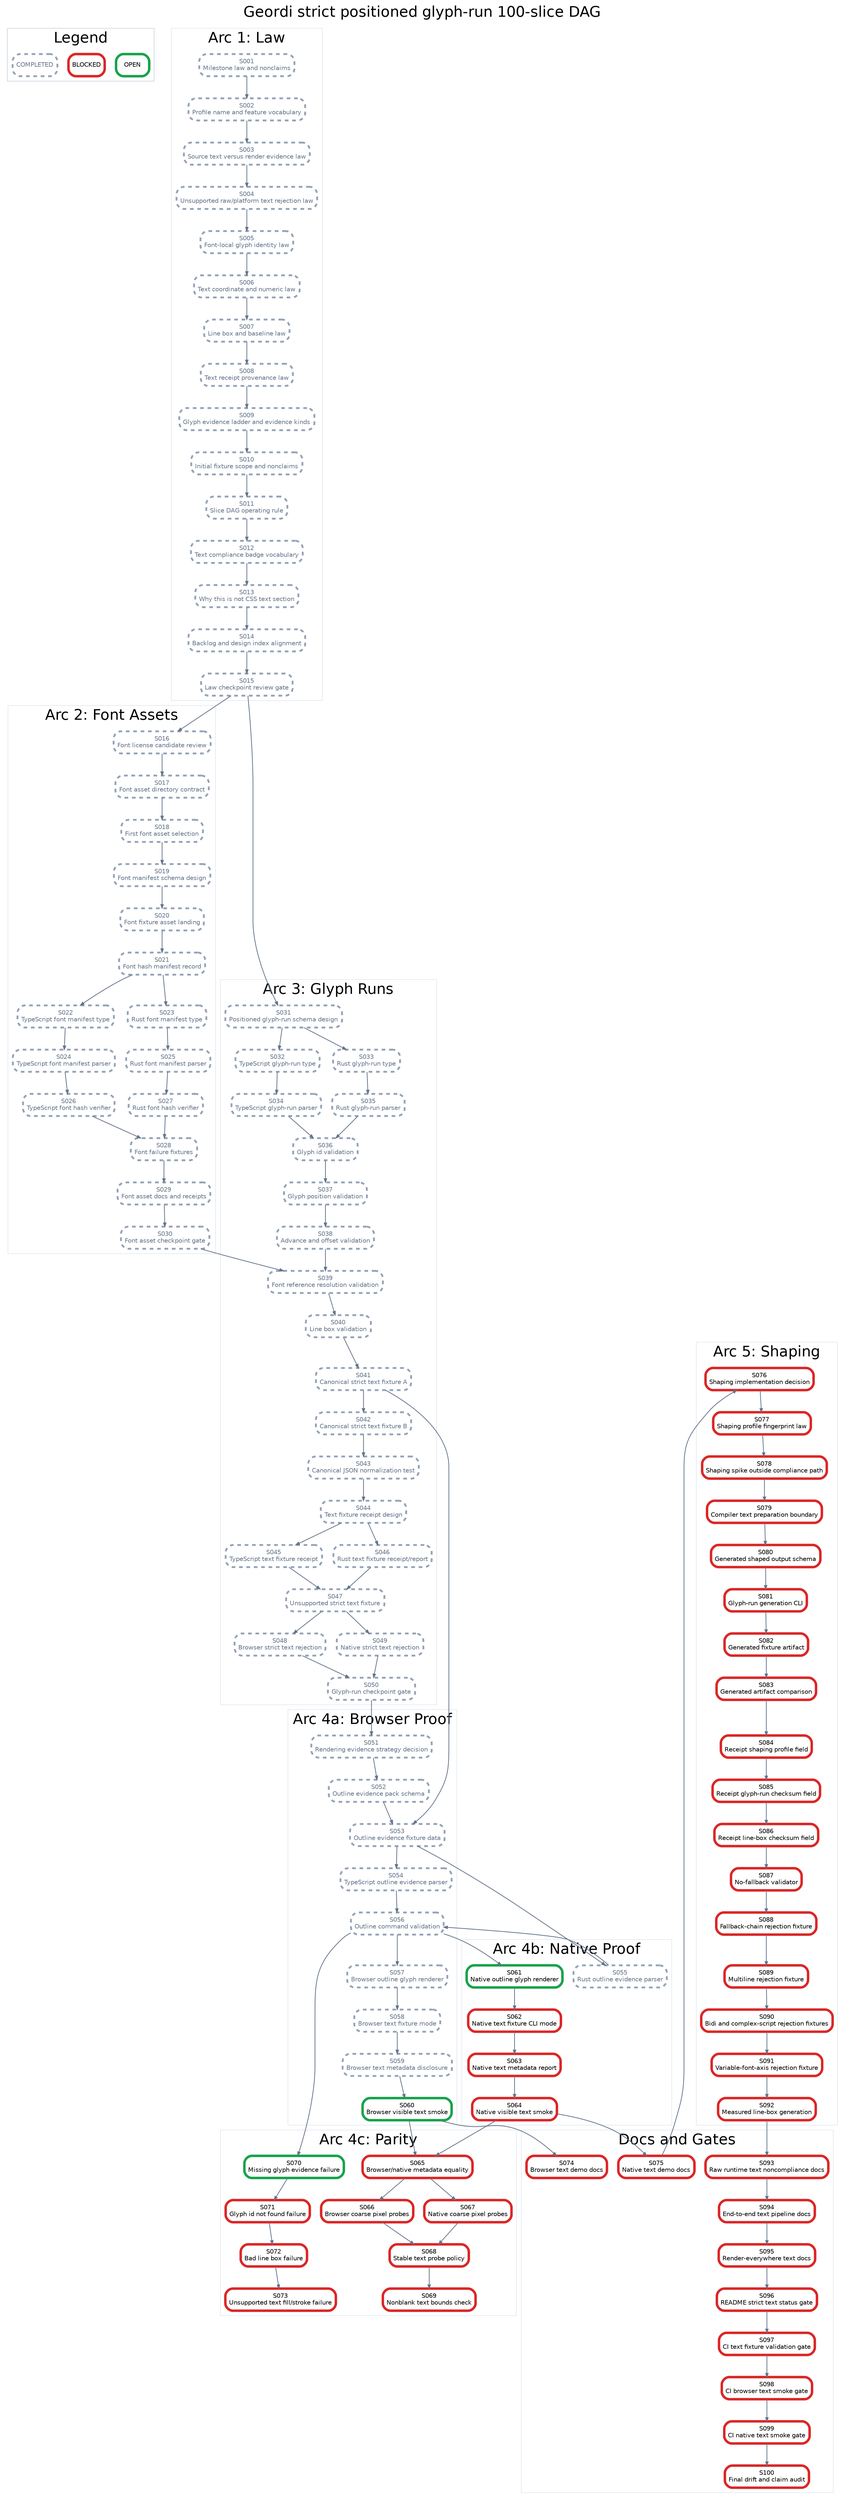
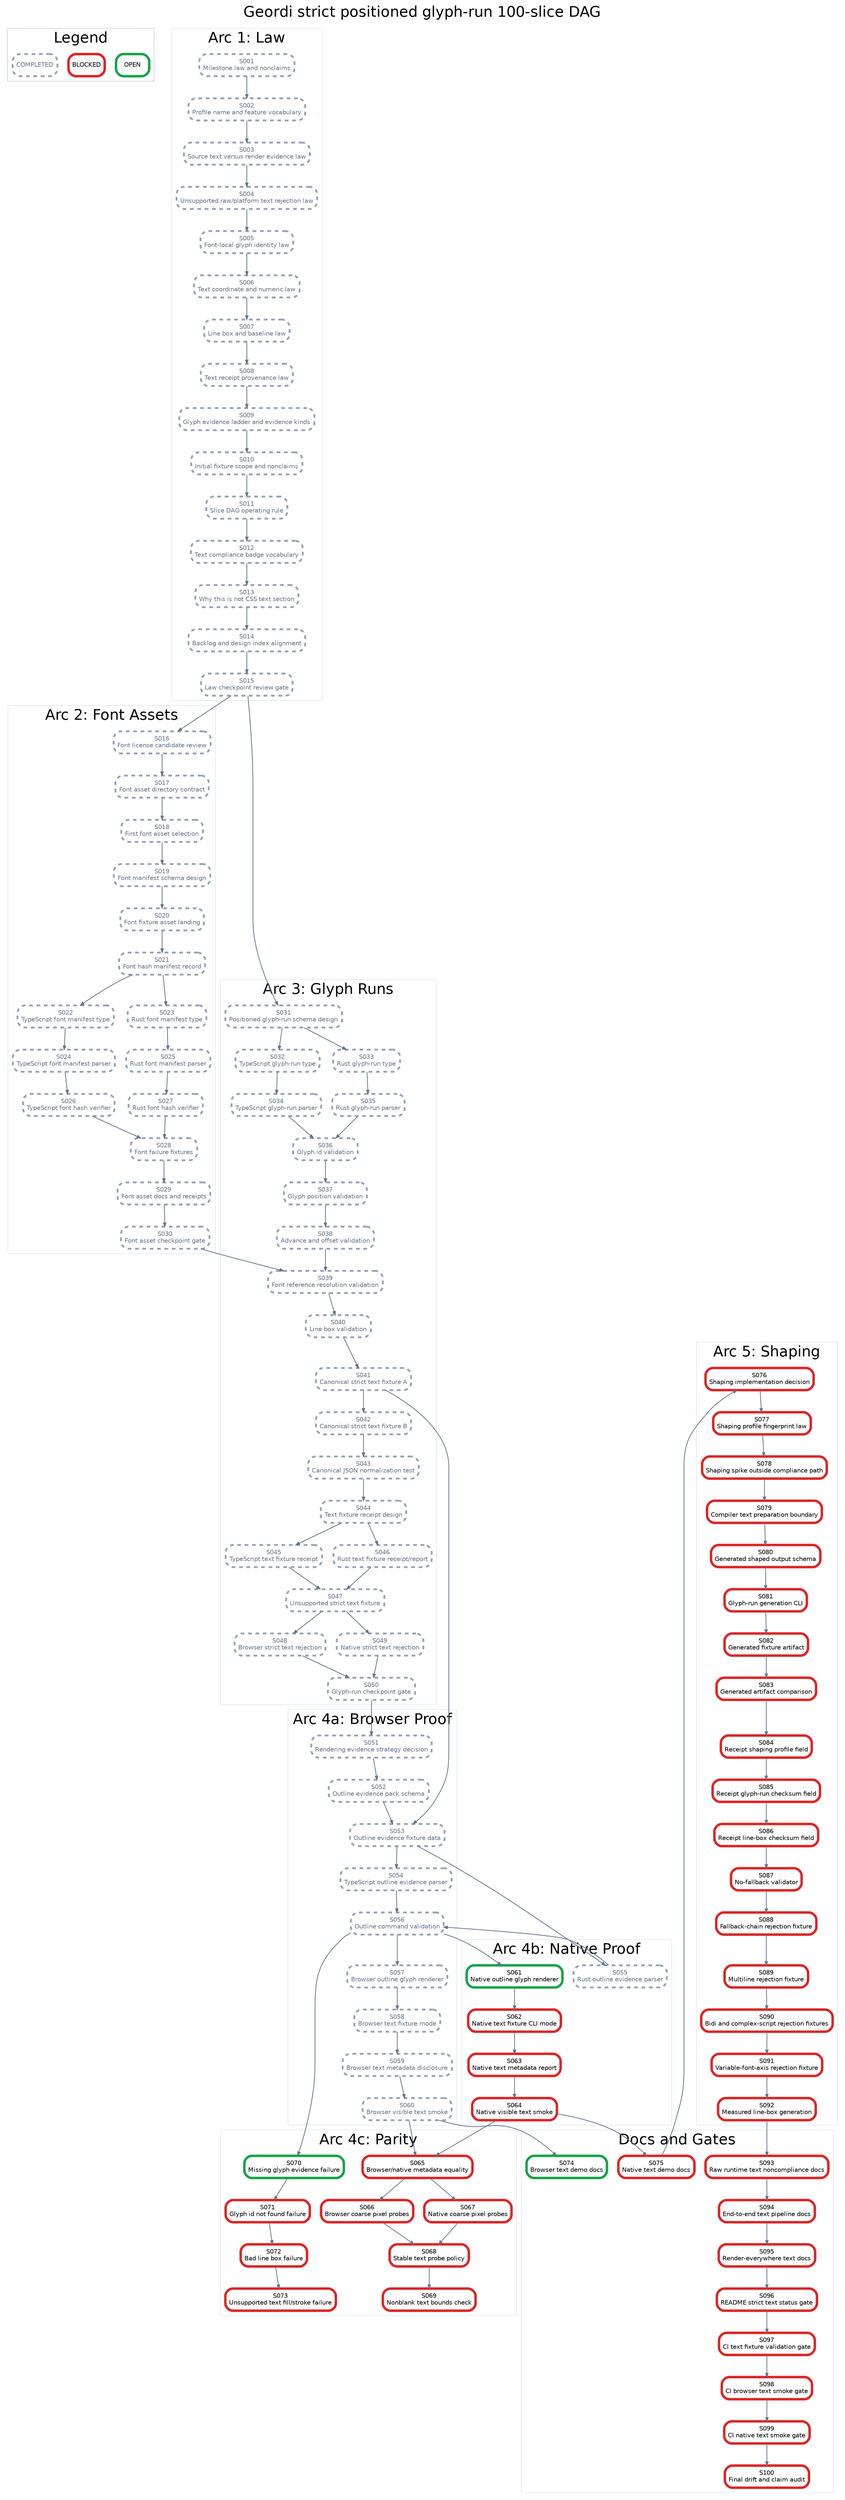
digraph StrictPositionedGlyphRunPlan {
  graph [rankdir=TB, bgcolor="white", fontname="Helvetica", label="Geordi strict positioned glyph-run 100-slice DAG", labelloc="t", fontsize=24];
  node [shape=box, style="rounded,filled", fillcolor="white", fontname="Helvetica", fontsize=10, margin="0.08,0.05"];
  edge [color="#64748b", arrowsize=0.6, penwidth=1.2];

  subgraph cluster_legend {
    label="Legend";
    color="#cbd5e1";
    legend_open [label="OPEN", color="#16a34a", penwidth=4];
    legend_blocked [label="BLOCKED", color="#dc2626", penwidth=4];
    legend_done [label="COMPLETED", color="#94a3b8", penwidth=3, style="rounded,filled,dashed", fontcolor="#64748b"];
  }

  subgraph cluster_law {
    label="Arc 1: Law";
    color="#e2e8f0";
    S001 [label="S001\nMilestone law and nonclaims", color="#94a3b8", penwidth=3, style="rounded,filled,dashed", fontcolor="#64748b"];
    S002 [label="S002\nProfile name and feature vocabulary", color="#94a3b8", penwidth=3, style="rounded,filled,dashed", fontcolor="#64748b"];
    S003 [label="S003\nSource text versus render evidence law", color="#94a3b8", penwidth=3, style="rounded,filled,dashed", fontcolor="#64748b"];
    S004 [label="S004\nUnsupported raw/platform text rejection law", color="#94a3b8", penwidth=3, style="rounded,filled,dashed", fontcolor="#64748b"];
    S005 [label="S005\nFont-local glyph identity law", color="#94a3b8", penwidth=3, style="rounded,filled,dashed", fontcolor="#64748b"];
    S006 [label="S006\nText coordinate and numeric law", color="#94a3b8", penwidth=3, style="rounded,filled,dashed", fontcolor="#64748b"];
    S007 [label="S007\nLine box and baseline law", color="#94a3b8", penwidth=3, style="rounded,filled,dashed", fontcolor="#64748b"];
    S008 [label="S008\nText receipt provenance law", color="#94a3b8", penwidth=3, style="rounded,filled,dashed", fontcolor="#64748b"];
    S009 [label="S009\nGlyph evidence ladder and evidence kinds", color="#94a3b8", penwidth=3, style="rounded,filled,dashed", fontcolor="#64748b"];
    S010 [label="S010\nInitial fixture scope and nonclaims", color="#94a3b8", penwidth=3, style="rounded,filled,dashed", fontcolor="#64748b"];
    S011 [label="S011\nSlice DAG operating rule", color="#94a3b8", penwidth=3, style="rounded,filled,dashed", fontcolor="#64748b"];
    S012 [label="S012\nText compliance badge vocabulary", color="#94a3b8", penwidth=3, style="rounded,filled,dashed", fontcolor="#64748b"];
    S013 [label="S013\nWhy this is not CSS text section", color="#94a3b8", penwidth=3, style="rounded,filled,dashed", fontcolor="#64748b"];
    S014 [label="S014\nBacklog and design index alignment", color="#94a3b8", penwidth=3, style="rounded,filled,dashed", fontcolor="#64748b"];
    S015 [label="S015\nLaw checkpoint review gate", color="#94a3b8", penwidth=3, style="rounded,filled,dashed", fontcolor="#64748b"];
  }

  subgraph cluster_assets {
    label="Arc 2: Font Assets";
    color="#e2e8f0";
    S016 [label="S016\nFont license candidate review", color="#94a3b8", penwidth=3, style="rounded,filled,dashed", fontcolor="#64748b"];
    S017 [label="S017\nFont asset directory contract", color="#94a3b8", penwidth=3, style="rounded,filled,dashed", fontcolor="#64748b"];
    S018 [label="S018\nFirst font asset selection", color="#94a3b8", penwidth=3, style="rounded,filled,dashed", fontcolor="#64748b"];
    S019 [label="S019\nFont manifest schema design", color="#94a3b8", penwidth=3, style="rounded,filled,dashed", fontcolor="#64748b"];
    S020 [label="S020\nFont fixture asset landing", color="#94a3b8", penwidth=3, style="rounded,filled,dashed", fontcolor="#64748b"];
    S021 [label="S021\nFont hash manifest record", color="#94a3b8", penwidth=3, style="rounded,filled,dashed", fontcolor="#64748b"];
    S022 [label="S022\nTypeScript font manifest type", color="#94a3b8", penwidth=3, style="rounded,filled,dashed", fontcolor="#64748b"];
    S023 [label="S023\nRust font manifest type", color="#94a3b8", penwidth=3, style="rounded,filled,dashed", fontcolor="#64748b"];
    S024 [label="S024\nTypeScript font manifest parser", color="#94a3b8", penwidth=3, style="rounded,filled,dashed", fontcolor="#64748b"];
    S025 [label="S025\nRust font manifest parser", color="#94a3b8", penwidth=3, style="rounded,filled,dashed", fontcolor="#64748b"];
    S026 [label="S026\nTypeScript font hash verifier", color="#94a3b8", penwidth=3, style="rounded,filled,dashed", fontcolor="#64748b"];
    S027 [label="S027\nRust font hash verifier", color="#94a3b8", penwidth=3, style="rounded,filled,dashed", fontcolor="#64748b"];
    S028 [label="S028\nFont failure fixtures", color="#94a3b8", penwidth=3, style="rounded,filled,dashed", fontcolor="#64748b"];
    S029 [label="S029\nFont asset docs and receipts", color="#94a3b8", penwidth=3, style="rounded,filled,dashed", fontcolor="#64748b"];
    S030 [label="S030\nFont asset checkpoint gate", color="#94a3b8", penwidth=3, style="rounded,filled,dashed", fontcolor="#64748b"];
  }

  subgraph cluster_glyph {
    label="Arc 3: Glyph Runs";
    color="#e2e8f0";
    S031 [label="S031\nPositioned glyph-run schema design", color="#94a3b8", penwidth=3, style="rounded,filled,dashed", fontcolor="#64748b"];
    S032 [label="S032\nTypeScript glyph-run type", color="#94a3b8", penwidth=3, style="rounded,filled,dashed", fontcolor="#64748b"];
    S033 [label="S033\nRust glyph-run type", color="#94a3b8", penwidth=3, style="rounded,filled,dashed", fontcolor="#64748b"];
    S034 [label="S034\nTypeScript glyph-run parser", color="#94a3b8", penwidth=3, style="rounded,filled,dashed", fontcolor="#64748b"];
    S035 [label="S035\nRust glyph-run parser", color="#94a3b8", penwidth=3, style="rounded,filled,dashed", fontcolor="#64748b"];
    S036 [label="S036\nGlyph id validation", color="#94a3b8", penwidth=3, style="rounded,filled,dashed", fontcolor="#64748b"];
    S037 [label="S037\nGlyph position validation", color="#94a3b8", penwidth=3, style="rounded,filled,dashed", fontcolor="#64748b"];
    S038 [label="S038\nAdvance and offset validation", color="#94a3b8", penwidth=3, style="rounded,filled,dashed", fontcolor="#64748b"];
    S039 [label="S039\nFont reference resolution validation", color="#94a3b8", penwidth=3, style="rounded,filled,dashed", fontcolor="#64748b"];
    S040 [label="S040\nLine box validation", color="#94a3b8", penwidth=3, style="rounded,filled,dashed", fontcolor="#64748b"];
    S041 [label="S041\nCanonical strict text fixture A", color="#94a3b8", penwidth=3, style="rounded,filled,dashed", fontcolor="#64748b"];
    S042 [label="S042\nCanonical strict text fixture B", color="#94a3b8", penwidth=3, style="rounded,filled,dashed", fontcolor="#64748b"];
    S043 [label="S043\nCanonical JSON normalization test", color="#94a3b8", penwidth=3, style="rounded,filled,dashed", fontcolor="#64748b"];
    S044 [label="S044\nText fixture receipt design", color="#94a3b8", penwidth=3, style="rounded,filled,dashed", fontcolor="#64748b"];
    S045 [label="S045\nTypeScript text fixture receipt", color="#94a3b8", penwidth=3, style="rounded,filled,dashed", fontcolor="#64748b"];
    S046 [label="S046\nRust text fixture receipt/report", color="#94a3b8", penwidth=3, style="rounded,filled,dashed", fontcolor="#64748b"];
    S047 [label="S047\nUnsupported strict text fixture", color="#94a3b8", penwidth=3, style="rounded,filled,dashed", fontcolor="#64748b"];
    S048 [label="S048\nBrowser strict text rejection", color="#94a3b8", penwidth=3, style="rounded,filled,dashed", fontcolor="#64748b"];
    S049 [label="S049\nNative strict text rejection", color="#94a3b8", penwidth=3, style="rounded,filled,dashed", fontcolor="#64748b"];
    S050 [label="S050\nGlyph-run checkpoint gate", color="#94a3b8", penwidth=3, style="rounded,filled,dashed", fontcolor="#64748b"];
  }

  subgraph cluster_browser {
    label="Arc 4a: Browser Proof";
    color="#e2e8f0";
    S051 [label="S051\nRendering evidence strategy decision", color="#94a3b8", penwidth=3, style="rounded,filled,dashed", fontcolor="#64748b"];
    S052 [label="S052\nOutline evidence pack schema", color="#94a3b8", penwidth=3, style="rounded,filled,dashed", fontcolor="#64748b"];
    S053 [label="S053\nOutline evidence fixture data", color="#94a3b8", penwidth=3, style="rounded,filled,dashed", fontcolor="#64748b"];
    S054 [label="S054\nTypeScript outline evidence parser", color="#94a3b8", penwidth=3, style="rounded,filled,dashed", fontcolor="#64748b"];
    S056 [label="S056\nOutline command validation", color="#94a3b8", penwidth=3, style="rounded,filled,dashed", fontcolor="#64748b"];
    S057 [label="S057\nBrowser outline glyph renderer", color="#94a3b8", penwidth=3, style="rounded,filled,dashed", fontcolor="#64748b"];
    S058 [label="S058\nBrowser text fixture mode", color="#94a3b8", penwidth=3, style="rounded,filled,dashed", fontcolor="#64748b"];
    S059 [label="S059\nBrowser text metadata disclosure", color="#94a3b8", penwidth=3, style="rounded,filled,dashed", fontcolor="#64748b"];
-     S060 [label="S060\nBrowser visible text smoke", color="#16a34a", penwidth=4];
+     S060 [label="S060\nBrowser visible text smoke", color="#94a3b8", penwidth=3, style="rounded,filled,dashed", fontcolor="#64748b"];
  }

  subgraph cluster_native {
    label="Arc 4b: Native Proof";
    color="#e2e8f0";
    S055 [label="S055\nRust outline evidence parser", color="#94a3b8", penwidth=3, style="rounded,filled,dashed", fontcolor="#64748b"];
    S061 [label="S061\nNative outline glyph renderer", color="#16a34a", penwidth=4];
    S062 [label="S062\nNative text fixture CLI mode", color="#dc2626", penwidth=4];
    S063 [label="S063\nNative text metadata report", color="#dc2626", penwidth=4];
    S064 [label="S064\nNative visible text smoke", color="#dc2626", penwidth=4];
  }

  subgraph cluster_parity {
    label="Arc 4c: Parity";
    color="#e2e8f0";
    S065 [label="S065\nBrowser/native metadata equality", color="#dc2626", penwidth=4];
    S066 [label="S066\nBrowser coarse pixel probes", color="#dc2626", penwidth=4];
    S067 [label="S067\nNative coarse pixel probes", color="#dc2626", penwidth=4];
    S068 [label="S068\nStable text probe policy", color="#dc2626", penwidth=4];
    S069 [label="S069\nNonblank text bounds check", color="#dc2626", penwidth=4];
    S070 [label="S070\nMissing glyph evidence failure", color="#16a34a", penwidth=4];
    S071 [label="S071\nGlyph id not found failure", color="#dc2626", penwidth=4];
    S072 [label="S072\nBad line box failure", color="#dc2626", penwidth=4];
    S073 [label="S073\nUnsupported text fill/stroke failure", color="#dc2626", penwidth=4];
  }

  subgraph cluster_shaping {
    label="Arc 5: Shaping";
    color="#e2e8f0";
    S076 [label="S076\nShaping implementation decision", color="#dc2626", penwidth=4];
    S077 [label="S077\nShaping profile fingerprint law", color="#dc2626", penwidth=4];
    S078 [label="S078\nShaping spike outside compliance path", color="#dc2626", penwidth=4];
    S079 [label="S079\nCompiler text preparation boundary", color="#dc2626", penwidth=4];
    S080 [label="S080\nGenerated shaped output schema", color="#dc2626", penwidth=4];
    S081 [label="S081\nGlyph-run generation CLI", color="#dc2626", penwidth=4];
    S082 [label="S082\nGenerated fixture artifact", color="#dc2626", penwidth=4];
    S083 [label="S083\nGenerated artifact comparison", color="#dc2626", penwidth=4];
    S084 [label="S084\nReceipt shaping profile field", color="#dc2626", penwidth=4];
    S085 [label="S085\nReceipt glyph-run checksum field", color="#dc2626", penwidth=4];
    S086 [label="S086\nReceipt line-box checksum field", color="#dc2626", penwidth=4];
    S087 [label="S087\nNo-fallback validator", color="#dc2626", penwidth=4];
    S088 [label="S088\nFallback-chain rejection fixture", color="#dc2626", penwidth=4];
    S089 [label="S089\nMultiline rejection fixture", color="#dc2626", penwidth=4];
    S090 [label="S090\nBidi and complex-script rejection fixtures", color="#dc2626", penwidth=4];
    S091 [label="S091\nVariable-font-axis rejection fixture", color="#dc2626", penwidth=4];
    S092 [label="S092\nMeasured line-box generation", color="#dc2626", penwidth=4];
  }

  subgraph cluster_docs {
    label="Docs and Gates";
    color="#e2e8f0";
-     S074 [label="S074\nBrowser text demo docs", color="#dc2626", penwidth=4];
+     S074 [label="S074\nBrowser text demo docs", color="#16a34a", penwidth=4];
    S075 [label="S075\nNative text demo docs", color="#dc2626", penwidth=4];
    S093 [label="S093\nRaw runtime text noncompliance docs", color="#dc2626", penwidth=4];
    S094 [label="S094\nEnd-to-end text pipeline docs", color="#dc2626", penwidth=4];
    S095 [label="S095\nRender-everywhere text docs", color="#dc2626", penwidth=4];
    S096 [label="S096\nREADME strict text status gate", color="#dc2626", penwidth=4];
    S097 [label="S097\nCI text fixture validation gate", color="#dc2626", penwidth=4];
    S098 [label="S098\nCI browser text smoke gate", color="#dc2626", penwidth=4];
    S099 [label="S099\nCI native text smoke gate", color="#dc2626", penwidth=4];
    S100 [label="S100\nFinal drift and claim audit", color="#dc2626", penwidth=4];
  }

  S001 -> S002;
  S002 -> S003;
  S003 -> S004;
  S004 -> S005;
  S005 -> S006;
  S006 -> S007;
  S007 -> S008;
  S008 -> S009;
  S009 -> S010;
  S010 -> S011;
  S011 -> S012;
  S012 -> S013;
  S013 -> S014;
  S014 -> S015;
  S015 -> S016;
  S016 -> S017;
  S017 -> S018;
  S018 -> S019;
  S019 -> S020;
  S020 -> S021;
  S021 -> S022;
  S021 -> S023;
  S022 -> S024;
  S023 -> S025;
  S024 -> S026;
  S025 -> S027;
  S026 -> S028;
  S027 -> S028;
  S028 -> S029;
  S029 -> S030;
  S015 -> S031;
  S031 -> S032;
  S031 -> S033;
  S032 -> S034;
  S033 -> S035;
  S034 -> S036;
  S035 -> S036;
  S036 -> S037;
  S037 -> S038;
  S038 -> S039;
  S039 -> S040;
  S030 -> S039;
  S040 -> S041;
  S041 -> S042;
  S042 -> S043;
  S043 -> S044;
  S044 -> S045;
  S044 -> S046;
  S045 -> S047;
  S046 -> S047;
  S047 -> S048;
  S047 -> S049;
  S048 -> S050;
  S049 -> S050;
  S050 -> S051;
  S051 -> S052;
  S052 -> S053;
  S041 -> S053;
  S053 -> S054;
  S053 -> S055;
  S054 -> S056;
  S055 -> S056;
  S056 -> S057;
  S057 -> S058;
  S058 -> S059;
  S059 -> S060;
  S056 -> S061;
  S061 -> S062;
  S062 -> S063;
  S063 -> S064;
  S060 -> S065;
  S064 -> S065;
  S065 -> S066;
  S065 -> S067;
  S066 -> S068;
  S067 -> S068;
  S068 -> S069;
  S056 -> S070;
  S070 -> S071;
  S071 -> S072;
  S072 -> S073;
  S060 -> S074;
  S064 -> S075;
  S075 -> S076;
  S076 -> S077;
  S077 -> S078;
  S078 -> S079;
  S079 -> S080;
  S080 -> S081;
  S081 -> S082;
  S082 -> S083;
  S083 -> S084;
  S084 -> S085;
  S085 -> S086;
  S086 -> S087;
  S087 -> S088;
  S088 -> S089;
  S089 -> S090;
  S090 -> S091;
  S091 -> S092;
  S092 -> S093;
  S093 -> S094;
  S094 -> S095;
  S095 -> S096;
  S096 -> S097;
  S097 -> S098;
  S098 -> S099;
  S099 -> S100;
}
